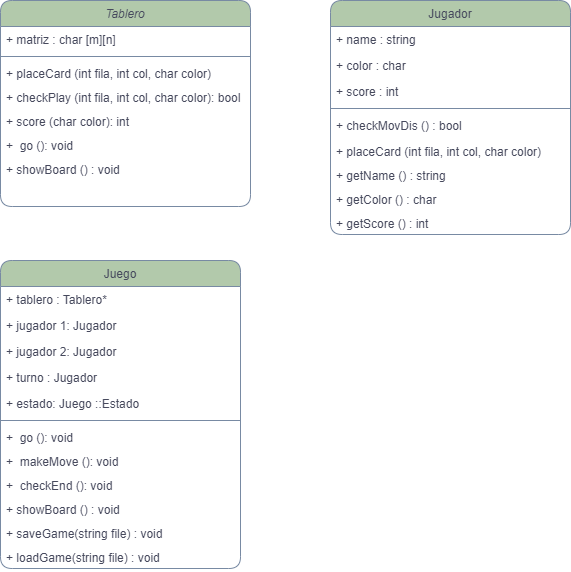
Before: Othello.png, a diagram exported from draw.io (AntekR/ParcialII). Source tidied: cells renumbered, new cells last; positions are measured from the earlier drawing's top-left corner, leaving out a move shared by most shapes.
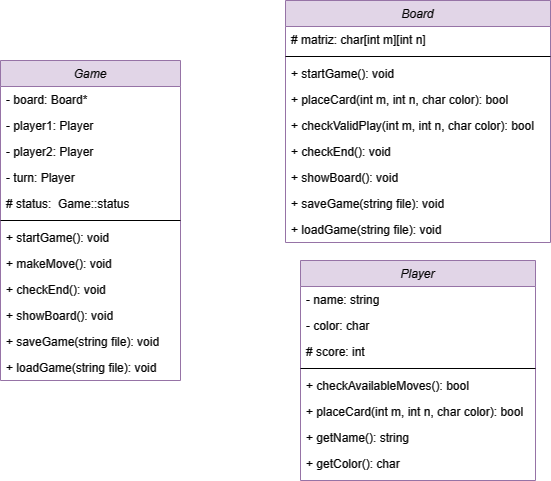
The same file after the commit.

Change to the diagram source:
```diff
@@ -2,98 +2,101 @@
   <root>
     <mxCell id="0" />
     <mxCell id="1" parent="0" />
-    <mxCell id="2" value="Tablero" style="swimlane;fontStyle=2;align=center;verticalAlign=top;horizontal=1;startSize=26;rounded=1;shadow=0;strokeWidth=1;labelBackgroundColor=none;fillColor=#B2C9AB;strokeColor=#788AA3;fontColor=#46495D;" parent="1" vertex="1">
-      <mxGeometry width="250" height="206" as="geometry" />
-    </mxCell>
-    <mxCell id="3" value="+ matriz : char [m][n]" style="text;align=left;verticalAlign=top;spacingLeft=4;spacingRight=4;overflow=hidden;labelBackgroundColor=none;fontColor=#46495D;rounded=1;" parent="2" vertex="1">
-      <mxGeometry y="26" width="250" height="26" as="geometry" />
-    </mxCell>
-    <mxCell id="4" style="line;html=1;strokeWidth=1;align=left;verticalAlign=middle;spacingTop=-1;spacingLeft=3;spacingRight=3;labelPosition=right;labelBackgroundColor=none;fillColor=#B2C9AB;strokeColor=#788AA3;fontColor=#46495D;rounded=1;" parent="2" vertex="1">
-      <mxGeometry y="52" width="250" height="8" as="geometry" />
-    </mxCell>
-    <mxCell id="5" value="+ placeCard (int fila, int col, char color)" style="text;align=left;verticalAlign=top;spacingLeft=4;spacingRight=4;overflow=hidden;rounded=1;shadow=0;labelBackgroundColor=none;fontColor=#46495D;fillColor=none;" parent="2" vertex="1">
-      <mxGeometry y="60" width="250" height="24" as="geometry" />
-    </mxCell>
-    <mxCell id="6" value="+ checkPlay (int fila, int col, char color): bool" style="text;align=left;verticalAlign=top;spacingLeft=4;spacingRight=4;overflow=hidden;rounded=1;shadow=0;labelBackgroundColor=none;fontColor=#46495D;fillColor=none;" parent="2" vertex="1">
-      <mxGeometry y="84" width="250" height="24" as="geometry" />
-    </mxCell>
-    <mxCell id="7" value="+ score (char color): int" style="text;align=left;verticalAlign=top;spacingLeft=4;spacingRight=4;overflow=hidden;rounded=1;shadow=0;labelBackgroundColor=none;fontColor=#46495D;fillColor=none;" parent="2" vertex="1">
-      <mxGeometry y="108" width="250" height="24" as="geometry" />
-    </mxCell>
-    <mxCell id="8" value="+  go (): void" style="text;align=left;verticalAlign=top;spacingLeft=4;spacingRight=4;overflow=hidden;rounded=1;shadow=0;labelBackgroundColor=none;fontColor=#46495D;fillColor=none;" parent="2" vertex="1">
-      <mxGeometry y="132" width="250" height="24" as="geometry" />
-    </mxCell>
-    <mxCell id="9" value="+ showBoard () : void" style="text;align=left;verticalAlign=top;spacingLeft=4;spacingRight=4;overflow=hidden;rounded=1;shadow=0;labelBackgroundColor=none;fontColor=#46495D;fillColor=none;" parent="2" vertex="1">
-      <mxGeometry y="156" width="250" height="24" as="geometry" />
-    </mxCell>
-    <mxCell id="10" value="Jugador" style="swimlane;fontStyle=0;align=center;verticalAlign=top;horizontal=1;startSize=26;rounded=1;shadow=0;strokeWidth=1;labelBackgroundColor=none;fillColor=#B2C9AB;strokeColor=#788AA3;fontColor=#46495D;" parent="1" vertex="1">
-      <mxGeometry x="330" width="240" height="234" as="geometry" />
-    </mxCell>
-    <mxCell id="11" value="+ name : string" style="text;align=left;verticalAlign=top;spacingLeft=4;spacingRight=4;overflow=hidden;labelBackgroundColor=none;fontColor=#46495D;rounded=1;" parent="10" vertex="1">
-      <mxGeometry y="26" width="240" height="26" as="geometry" />
-    </mxCell>
-    <mxCell id="12" value="+ color : char" style="text;align=left;verticalAlign=top;spacingLeft=4;spacingRight=4;overflow=hidden;rounded=1;shadow=0;html=0;labelBackgroundColor=none;fontColor=#46495D;" parent="10" vertex="1">
-      <mxGeometry y="52" width="240" height="26" as="geometry" />
-    </mxCell>
-    <mxCell id="13" value="+ score : int" style="text;align=left;verticalAlign=top;spacingLeft=4;spacingRight=4;overflow=hidden;rounded=1;shadow=0;html=0;labelBackgroundColor=none;fontColor=#46495D;" parent="10" vertex="1">
-      <mxGeometry y="78" width="240" height="26" as="geometry" />
-    </mxCell>
-    <mxCell id="14" style="line;html=1;strokeWidth=1;align=left;verticalAlign=middle;spacingTop=-1;spacingLeft=3;spacingRight=3;labelPosition=right;labelBackgroundColor=none;fillColor=#B2C9AB;strokeColor=#788AA3;fontColor=#46495D;rounded=1;" parent="10" vertex="1">
-      <mxGeometry y="104" width="240" height="8" as="geometry" />
-    </mxCell>
-    <mxCell id="15" value="+ checkMovDis () : bool" style="text;align=left;verticalAlign=top;spacingLeft=4;spacingRight=4;overflow=hidden;labelBackgroundColor=none;fontColor=#46495D;rounded=1;" parent="10" vertex="1">
-      <mxGeometry y="112" width="240" height="26" as="geometry" />
-    </mxCell>
-    <mxCell id="16" value="+ placeCard (int fila, int col, char color)" style="text;align=left;verticalAlign=top;spacingLeft=4;spacingRight=4;overflow=hidden;rounded=1;shadow=0;labelBackgroundColor=none;fontColor=#46495D;fillColor=none;" parent="10" vertex="1">
-      <mxGeometry y="138" width="240" height="24" as="geometry" />
-    </mxCell>
-    <mxCell id="17" value="+ getName () : string" style="text;align=left;verticalAlign=top;spacingLeft=4;spacingRight=4;overflow=hidden;rounded=1;shadow=0;labelBackgroundColor=none;fontColor=#46495D;fillColor=none;" parent="10" vertex="1">
-      <mxGeometry y="162" width="240" height="24" as="geometry" />
-    </mxCell>
-    <mxCell id="18" value="+ getColor () : char" style="text;align=left;verticalAlign=top;spacingLeft=4;spacingRight=4;overflow=hidden;rounded=1;shadow=0;labelBackgroundColor=none;fontColor=#46495D;fillColor=none;" parent="10" vertex="1">
-      <mxGeometry y="186" width="240" height="24" as="geometry" />
-    </mxCell>
-    <mxCell id="19" value="+ getScore () : int" style="text;align=left;verticalAlign=top;spacingLeft=4;spacingRight=4;overflow=hidden;rounded=1;shadow=0;labelBackgroundColor=none;fontColor=#46495D;fillColor=none;" parent="10" vertex="1">
-      <mxGeometry y="210" width="240" height="24" as="geometry" />
-    </mxCell>
-    <mxCell id="20" value="Juego" style="swimlane;fontStyle=0;align=center;verticalAlign=top;horizontal=1;startSize=26;rounded=1;shadow=0;strokeWidth=1;labelBackgroundColor=none;fillColor=#B2C9AB;strokeColor=#788AA3;fontColor=#46495D;" parent="1" vertex="1">
-      <mxGeometry y="260" width="240" height="308" as="geometry" />
-    </mxCell>
-    <mxCell id="21" value="+ tablero : Tablero*" style="text;align=left;verticalAlign=top;spacingLeft=4;spacingRight=4;overflow=hidden;labelBackgroundColor=none;fontColor=#46495D;rounded=1;" parent="20" vertex="1">
-      <mxGeometry y="26" width="240" height="26" as="geometry" />
-    </mxCell>
-    <mxCell id="22" value="+ jugador 1: Jugador" style="text;align=left;verticalAlign=top;spacingLeft=4;spacingRight=4;overflow=hidden;rounded=1;shadow=0;html=0;labelBackgroundColor=none;fontColor=#46495D;" parent="20" vertex="1">
-      <mxGeometry y="52" width="240" height="26" as="geometry" />
-    </mxCell>
-    <mxCell id="23" value="+ jugador 2: Jugador" style="text;align=left;verticalAlign=top;spacingLeft=4;spacingRight=4;overflow=hidden;rounded=1;shadow=0;html=0;labelBackgroundColor=none;fontColor=#46495D;" parent="20" vertex="1">
-      <mxGeometry y="78" width="240" height="26" as="geometry" />
-    </mxCell>
-    <mxCell id="24" value="+ turno : Jugador" style="text;align=left;verticalAlign=top;spacingLeft=4;spacingRight=4;overflow=hidden;rounded=1;shadow=0;html=0;labelBackgroundColor=none;fontColor=#46495D;" parent="20" vertex="1">
-      <mxGeometry y="104" width="240" height="26" as="geometry" />
-    </mxCell>
-    <mxCell id="25" value="+ estado: Juego ::Estado" style="text;align=left;verticalAlign=top;spacingLeft=4;spacingRight=4;overflow=hidden;rounded=1;shadow=0;html=0;labelBackgroundColor=none;fontColor=#46495D;" parent="20" vertex="1">
-      <mxGeometry y="130" width="240" height="26" as="geometry" />
-    </mxCell>
-    <mxCell id="26" style="line;html=1;strokeWidth=1;align=left;verticalAlign=middle;spacingTop=-1;spacingLeft=3;spacingRight=3;labelPosition=right;labelBackgroundColor=none;fillColor=#B2C9AB;strokeColor=#788AA3;fontColor=#46495D;rounded=1;" parent="20" vertex="1">
-      <mxGeometry y="156" width="240" height="8" as="geometry" />
-    </mxCell>
-    <mxCell id="27" value="+  go (): void" style="text;align=left;verticalAlign=top;spacingLeft=4;spacingRight=4;overflow=hidden;rounded=1;shadow=0;labelBackgroundColor=none;fontColor=#46495D;fillColor=none;" parent="20" vertex="1">
-      <mxGeometry y="164" width="240" height="24" as="geometry" />
-    </mxCell>
-    <mxCell id="28" value="+  makeMove (): void" style="text;align=left;verticalAlign=top;spacingLeft=4;spacingRight=4;overflow=hidden;rounded=1;shadow=0;labelBackgroundColor=none;fontColor=#46495D;fillColor=none;" parent="20" vertex="1">
-      <mxGeometry y="188" width="240" height="24" as="geometry" />
-    </mxCell>
-    <mxCell id="29" value="+  checkEnd (): void" style="text;align=left;verticalAlign=top;spacingLeft=4;spacingRight=4;overflow=hidden;rounded=1;shadow=0;labelBackgroundColor=none;fontColor=#46495D;fillColor=none;" parent="20" vertex="1">
-      <mxGeometry y="212" width="240" height="24" as="geometry" />
-    </mxCell>
-    <mxCell id="30" value="+ showBoard () : void" style="text;align=left;verticalAlign=top;spacingLeft=4;spacingRight=4;overflow=hidden;rounded=1;shadow=0;labelBackgroundColor=none;fontColor=#46495D;fillColor=none;" parent="20" vertex="1">
-      <mxGeometry y="236" width="240" height="24" as="geometry" />
-    </mxCell>
-    <mxCell id="31" value="+ saveGame(string file) : void" style="text;align=left;verticalAlign=top;spacingLeft=4;spacingRight=4;overflow=hidden;rounded=1;shadow=0;labelBackgroundColor=none;fontColor=#46495D;fillColor=none;" parent="20" vertex="1">
-      <mxGeometry y="260" width="240" height="24" as="geometry" />
-    </mxCell>
-    <mxCell id="32" value="+ loadGame(string file) : void" style="text;align=left;verticalAlign=top;spacingLeft=4;spacingRight=4;overflow=hidden;rounded=1;shadow=0;labelBackgroundColor=none;fontColor=#46495D;fillColor=none;" parent="20" vertex="1">
-      <mxGeometry y="284" width="240" height="24" as="geometry" />
-    </mxCell>
+    <mxCell id="33" value="Game" style="swimlane;fontStyle=2;align=center;verticalAlign=top;horizontal=1;startSize=26;rounded=0;shadow=0;strokeWidth=1;fillColor=#e1d5e7;strokeColor=#9673a6;" parent="1" vertex="1">
+      <mxGeometry x="100" y="70" width="180" height="320" as="geometry" />
+    </mxCell>
+    <mxCell id="34" value="- board: Board*" style="text;align=left;verticalAlign=top;spacingLeft=4;spacingRight=4;overflow=hidden;" parent="33" vertex="1">
+      <mxGeometry y="26" width="180" height="26" as="geometry" />
+    </mxCell>
+    <mxCell id="35" value="- player1: Player" style="text;align=left;verticalAlign=top;spacingLeft=4;spacingRight=4;overflow=hidden;rounded=0;shadow=0;html=0;" parent="33" vertex="1">
+      <mxGeometry y="52" width="180" height="26" as="geometry" />
+    </mxCell>
+    <mxCell id="36" value="- player2: Player" style="text;align=left;verticalAlign=top;spacingLeft=4;spacingRight=4;overflow=hidden;rounded=0;shadow=0;html=0;" parent="33" vertex="1">
+      <mxGeometry y="78" width="180" height="26" as="geometry" />
+    </mxCell>
+    <mxCell id="37" value="- turn: Player" style="text;align=left;verticalAlign=top;spacingLeft=4;spacingRight=4;overflow=hidden;rounded=0;shadow=0;html=0;" parent="33" vertex="1">
+      <mxGeometry y="104" width="180" height="26" as="geometry" />
+    </mxCell>
+    <mxCell id="38" value="# status:  Game::status" style="text;align=left;verticalAlign=top;spacingLeft=4;spacingRight=4;overflow=hidden;rounded=0;shadow=0;html=0;" parent="33" vertex="1">
+      <mxGeometry y="130" width="180" height="26" as="geometry" />
+    </mxCell>
+    <mxCell id="39" style="line;html=1;strokeWidth=1;align=left;verticalAlign=middle;spacingTop=-1;spacingLeft=3;spacingRight=3;labelPosition=right;" parent="33" vertex="1">
+      <mxGeometry y="156" width="180" height="8" as="geometry" />
+    </mxCell>
+    <mxCell id="40" value="+ startGame(): void" style="text;align=left;verticalAlign=top;spacingLeft=4;spacingRight=4;overflow=hidden;" parent="33" vertex="1">
+      <mxGeometry y="164" width="180" height="26" as="geometry" />
+    </mxCell>
+    <mxCell id="41" value="+ makeMove(): void" style="text;align=left;verticalAlign=top;spacingLeft=4;spacingRight=4;overflow=hidden;" parent="33" vertex="1">
+      <mxGeometry y="190" width="180" height="26" as="geometry" />
+    </mxCell>
+    <mxCell id="42" value="+ checkEnd(): void" style="text;align=left;verticalAlign=top;spacingLeft=4;spacingRight=4;overflow=hidden;" parent="33" vertex="1">
+      <mxGeometry y="216" width="180" height="26" as="geometry" />
+    </mxCell>
+    <mxCell id="43" value="+ showBoard(): void" style="text;align=left;verticalAlign=top;spacingLeft=4;spacingRight=4;overflow=hidden;" parent="33" vertex="1">
+      <mxGeometry y="242" width="180" height="26" as="geometry" />
+    </mxCell>
+    <mxCell id="44" value="+ saveGame(string file): void" style="text;align=left;verticalAlign=top;spacingLeft=4;spacingRight=4;overflow=hidden;" parent="33" vertex="1">
+      <mxGeometry y="268" width="180" height="26" as="geometry" />
+    </mxCell>
+    <mxCell id="45" value="+ loadGame(string file): void" style="text;align=left;verticalAlign=top;spacingLeft=4;spacingRight=4;overflow=hidden;" parent="33" vertex="1">
+      <mxGeometry y="294" width="180" height="26" as="geometry" />
+    </mxCell>
+    <mxCell id="46" value="Board" style="swimlane;fontStyle=2;align=center;verticalAlign=top;horizontal=1;startSize=26;rounded=0;shadow=0;strokeWidth=1;fillColor=#e1d5e7;strokeColor=#9673a6;" parent="1" vertex="1">
+      <mxGeometry x="385" y="10" width="265" height="242" as="geometry" />
+    </mxCell>
+    <mxCell id="47" value="# matriz: char[int m][int n]" style="text;align=left;verticalAlign=top;spacingLeft=4;spacingRight=4;overflow=hidden;" parent="46" vertex="1">
+      <mxGeometry y="26" width="265" height="26" as="geometry" />
+    </mxCell>
+    <mxCell id="48" style="line;html=1;strokeWidth=1;align=left;verticalAlign=middle;spacingTop=-1;spacingLeft=3;spacingRight=3;labelPosition=right;" parent="46" vertex="1">
+      <mxGeometry y="52" width="265" height="8" as="geometry" />
+    </mxCell>
+    <mxCell id="49" value="+ startGame(): void" style="text;align=left;verticalAlign=top;spacingLeft=4;spacingRight=4;overflow=hidden;" parent="46" vertex="1">
+      <mxGeometry y="60" width="265" height="26" as="geometry" />
+    </mxCell>
+    <mxCell id="50" value="+ placeCard(int m, int n, char color): bool" style="text;align=left;verticalAlign=top;spacingLeft=4;spacingRight=4;overflow=hidden;" parent="46" vertex="1">
+      <mxGeometry y="86" width="265" height="26" as="geometry" />
+    </mxCell>
+    <mxCell id="51" value="+ checkValidPlay(int m, int n, char color): bool" style="text;align=left;verticalAlign=top;spacingLeft=4;spacingRight=4;overflow=hidden;" parent="46" vertex="1">
+      <mxGeometry y="112" width="265" height="26" as="geometry" />
+    </mxCell>
+    <mxCell id="52" value="+ checkEnd(): void" style="text;align=left;verticalAlign=top;spacingLeft=4;spacingRight=4;overflow=hidden;" parent="46" vertex="1">
+      <mxGeometry y="138" width="265" height="26" as="geometry" />
+    </mxCell>
+    <mxCell id="53" value="+ showBoard(): void" style="text;align=left;verticalAlign=top;spacingLeft=4;spacingRight=4;overflow=hidden;" parent="46" vertex="1">
+      <mxGeometry y="164" width="265" height="26" as="geometry" />
+    </mxCell>
+    <mxCell id="54" value="+ saveGame(string file): void" style="text;align=left;verticalAlign=top;spacingLeft=4;spacingRight=4;overflow=hidden;" parent="46" vertex="1">
+      <mxGeometry y="190" width="265" height="26" as="geometry" />
+    </mxCell>
+    <mxCell id="55" value="+ loadGame(string file): void" style="text;align=left;verticalAlign=top;spacingLeft=4;spacingRight=4;overflow=hidden;" parent="46" vertex="1">
+      <mxGeometry y="216" width="265" height="26" as="geometry" />
+    </mxCell>
+    <mxCell id="56" value="Player" style="swimlane;fontStyle=2;align=center;verticalAlign=top;horizontal=1;startSize=26;rounded=0;shadow=0;strokeWidth=1;fillColor=#e1d5e7;strokeColor=#9673a6;" parent="1" vertex="1">
+      <mxGeometry x="400" y="270" width="235" height="220" as="geometry" />
+    </mxCell>
+    <mxCell id="57" value="- name: string" style="text;align=left;verticalAlign=top;spacingLeft=4;spacingRight=4;overflow=hidden;" parent="56" vertex="1">
+      <mxGeometry y="26" width="235" height="26" as="geometry" />
+    </mxCell>
+    <mxCell id="58" value="- color: char" style="text;align=left;verticalAlign=top;spacingLeft=4;spacingRight=4;overflow=hidden;rounded=0;shadow=0;html=0;" parent="56" vertex="1">
+      <mxGeometry y="52" width="235" height="26" as="geometry" />
+    </mxCell>
+    <mxCell id="59" value="# score: int" style="text;align=left;verticalAlign=top;spacingLeft=4;spacingRight=4;overflow=hidden;rounded=0;shadow=0;html=0;" parent="56" vertex="1">
+      <mxGeometry y="78" width="235" height="26" as="geometry" />
+    </mxCell>
+    <mxCell id="60" style="line;html=1;strokeWidth=1;align=left;verticalAlign=middle;spacingTop=-1;spacingLeft=3;spacingRight=3;labelPosition=right;" parent="56" vertex="1">
+      <mxGeometry y="104" width="235" height="8" as="geometry" />
+    </mxCell>
+    <mxCell id="61" value="+ checkAvailableMoves(): bool" style="text;align=left;verticalAlign=top;spacingLeft=4;spacingRight=4;overflow=hidden;" parent="56" vertex="1">
+      <mxGeometry y="112" width="235" height="26" as="geometry" />
+    </mxCell>
+    <mxCell id="62" value="+ placeCard(int m, int n, char color): bool" style="text;align=left;verticalAlign=top;spacingLeft=4;spacingRight=4;overflow=hidden;" parent="56" vertex="1">
+      <mxGeometry y="138" width="235" height="26" as="geometry" />
+    </mxCell>
+    <mxCell id="63" value="+ getName(): string" style="text;align=left;verticalAlign=top;spacingLeft=4;spacingRight=4;overflow=hidden;" parent="56" vertex="1">
+      <mxGeometry y="164" width="235" height="26" as="geometry" />
+    </mxCell>
+    <mxCell id="64" value="+ getColor(): char" style="text;align=left;verticalAlign=top;spacingLeft=4;spacingRight=4;overflow=hidden;" parent="56" vertex="1">
+      <mxGeometry y="190" width="235" height="26" as="geometry" />
+    </mxCell>
   </root>
 </mxGraphModel>
```
